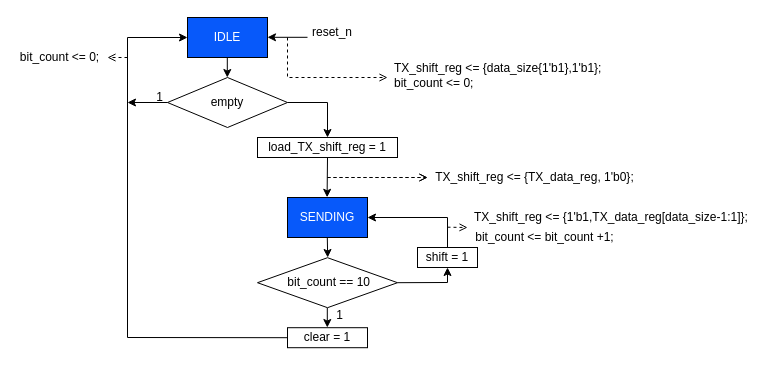
Above: page "uart_trans_ASMD" (4 of 6) of doc/UART.drawio in lampn0/uart_vlsi (draw.io), before the change. Source tidied: cells renumbered, new cells numbered last; positions are measured from the earlier drawing's top-left corner, leaving out a move shared by most shapes. Both pictures are drawn from the tidied source at 100%, with x=0, y=0 at pixel (17, 17).
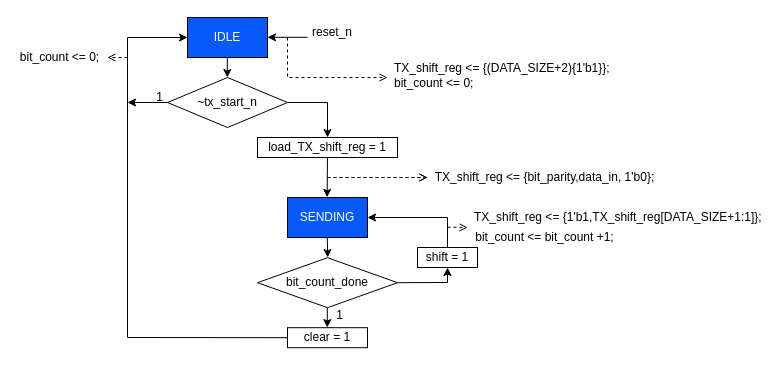
Above is the later version.

The edit, as a diff of the source:
```diff
@@
-    <mxCell id="3" value="empty" style="rhombus;whiteSpace=wrap;html=1;fillColor=#FFFFFF;align=center;" parent="1" vertex="1">
+    <mxCell id="3" value="~tx_start_n" style="rhombus;whiteSpace=wrap;html=1;fillColor=#FFFFFF;align=center;" parent="1" vertex="1">
       <mxGeometry x="150" y="60" width="120" height="50" as="geometry" />
     </mxCell>
@@
-    <mxCell id="18" value="TX_shift_reg &amp;lt;= {TX_data_reg, 1'b0};" style="text;html=1;fillColor=none;align=center;verticalAlign=middle;whiteSpace=wrap;rounded=0;" parent="1" vertex="1">
-      <mxGeometry x="415" y="150" width="205" height="20" as="geometry" />
+    <mxCell id="18" value="TX_shift_reg &amp;lt;= {bit_parity,data_in, 1'b0};" style="text;html=1;fillColor=none;align=center;verticalAlign=middle;whiteSpace=wrap;rounded=0;" parent="1" vertex="1">
+      <mxGeometry x="415" y="150" width="225" height="20" as="geometry" />
     </mxCell>
-    <mxCell id="19" value="TX_shift_reg &amp;lt;= {1'b1,TX_data_reg[data_size-1:1]};" style="text;html=1;fillColor=none;align=left;verticalAlign=middle;whiteSpace=wrap;rounded=0;" parent="1" vertex="1">
-      <mxGeometry x="455" y="190" width="285" height="20" as="geometry" />
+    <mxCell id="19" value="TX_shift_reg &amp;lt;= {1'b1,TX_shift_reg[DATA_SIZE+1:1]};" style="text;html=1;fillColor=none;align=left;verticalAlign=middle;whiteSpace=wrap;rounded=0;" parent="1" vertex="1">
+      <mxGeometry x="455" y="190" width="290" height="20" as="geometry" />
     </mxCell>
@@
-    <mxCell id="26" value="&amp;nbsp;bit_count == 10" style="rhombus;whiteSpace=wrap;html=1;fillColor=#FFFFFF;align=center;" parent="1" vertex="1">
+    <mxCell id="26" value="bit_count_done" style="rhombus;whiteSpace=wrap;html=1;fillColor=#FFFFFF;align=center;" parent="1" vertex="1">
       <mxGeometry x="240" y="240.2" width="140" height="50" as="geometry" />
     </mxCell>
@@
-    <mxCell id="31" value="TX_shift_reg &amp;lt;= {data_size{1'b1},1'b1};&lt;br&gt;bit_count &amp;lt;= 0;" style="text;html=1;fillColor=none;align=left;verticalAlign=middle;whiteSpace=wrap;rounded=0;" parent="1" vertex="1">
-      <mxGeometry x="375" y="40" width="215" height="35" as="geometry" />
+    <mxCell id="31" value="TX_shift_reg &amp;lt;= {(DATA_SIZE+2){1'b1}};&lt;br&gt;bit_count &amp;lt;= 0;" style="text;html=1;fillColor=none;align=left;verticalAlign=middle;whiteSpace=wrap;rounded=0;" parent="1" vertex="1">
+      <mxGeometry x="375" y="40" width="220" height="35" as="geometry" />
     </mxCell>
```
